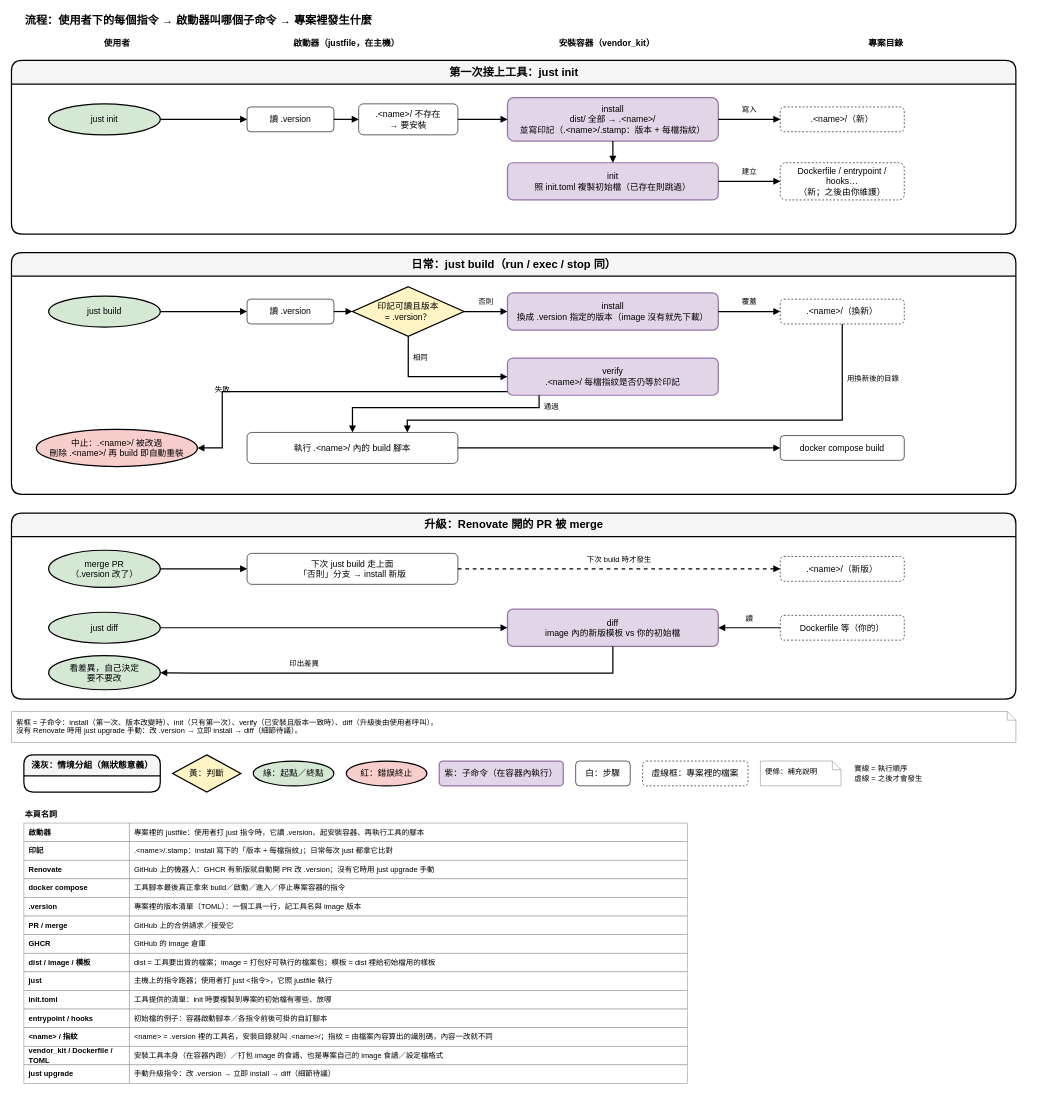
The draw.io diagram page "3. 流程：使用者指令" (3 of 7) of dist_distribution.drawio in ycpss91255-research/vendor_kit, before the edit. Source tidied: cells renumbered, new cells numbered last; positions are measured from the earlier drawing's top-left corner, leaving out a move shared by most shapes. Both pictures are drawn from the tidied source at 62%, with x=0, y=0 at pixel (11, 11).
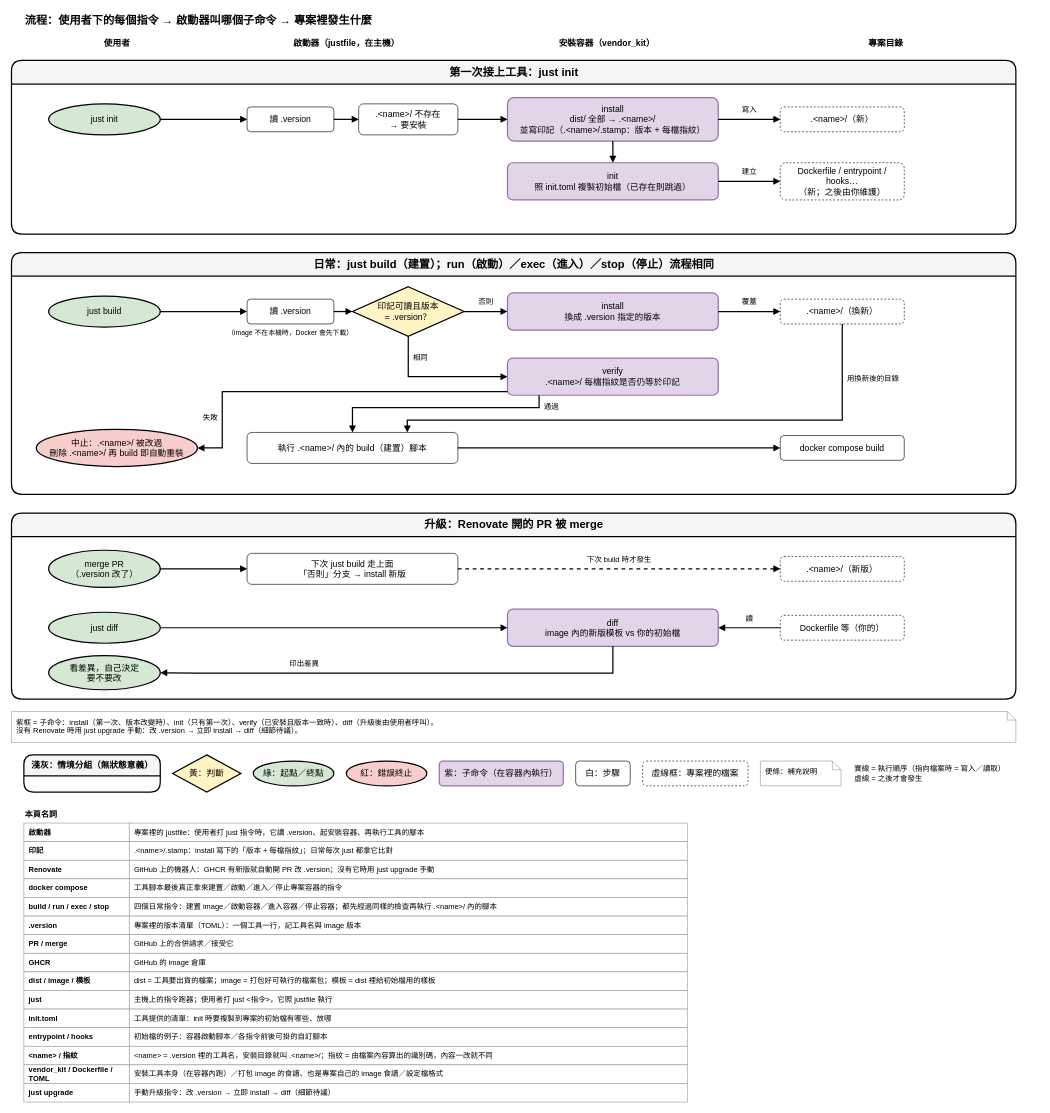
Above is the later version.

Unchanged cells that the change refers to:
```xml
<mxCell id="27" value="verify&lt;br&gt;.&amp;lt;name&amp;gt;/ 每檔指紋是否仍等於印記" style="rounded=1;whiteSpace=wrap;html=1;fillColor=#e1d5e7;strokeColor=#9673a6;fontSize=14;strokeWidth=2;" parent="21" vertex="1">
  <mxGeometry x="800" y="170" width="340" height="60" as="geometry" />
</mxCell>
<mxCell id="30" value="中止：.&amp;lt;name&amp;gt;/ 被改過&lt;br&gt;刪除 .&amp;lt;name&amp;gt;/ 再 build 即自動重裝" style="ellipse;whiteSpace=wrap;html=1;fillColor=#f8cecc;strokeColor=#000000;strokeWidth=2;fontSize=14;" parent="21" vertex="1">
  <mxGeometry x="40" y="285" width="260" height="60" as="geometry" />
</mxCell>
```

Change to the diagram source:
```diff
@@
-    <mxCell id="21" value="日常：just build（run / exec / stop 同）" style="swimlane;html=1;rounded=1;startSize=38;fontStyle=1;fontSize=18;fillColor=#f5f5f5;swimlaneFillColor=#ffffff;strokeColor=#000000;strokeWidth=2;" parent="1" vertex="1">
+    <mxCell id="21" value="日常：just build（建置）；run（啟動）／exec（進入）／stop（停止）流程相同" style="swimlane;html=1;rounded=1;startSize=38;fontStyle=1;fontSize=18;fillColor=#f5f5f5;swimlaneFillColor=#ffffff;strokeColor=#000000;strokeWidth=2;" parent="1" vertex="1">
       <mxGeometry y="390" width="1620" height="390" as="geometry" />
     </mxCell>
@@
-    <mxCell id="25" value="install&lt;br&gt;換成 .version 指定的版本（image 沒有就先下載）" style="rounded=1;whiteSpace=wrap;html=1;fillColor=#e1d5e7;strokeColor=#9673a6;fontSize=14;strokeWidth=2;" parent="21" vertex="1">
+    <mxCell id="25" value="install&lt;br&gt;換成 .version 指定的版本" style="rounded=1;whiteSpace=wrap;html=1;fillColor=#e1d5e7;strokeColor=#9673a6;fontSize=14;strokeWidth=2;" parent="21" vertex="1">
       <mxGeometry x="800" y="65" width="340" height="60" as="geometry" />
     </mxCell>
+    <mxCell id="92" value="（image 不在本機時，Docker 會先下載）" style="text;html=1;whiteSpace=wrap;align=center;verticalAlign=middle;fontSize=11;strokeColor=none;fillColor=none;" parent="21" vertex="1">
+      <mxGeometry x="340" y="118" width="220" height="24" as="geometry" />
+    </mxCell>
@@
-    <mxCell id="28" value="執行 .&amp;lt;name&amp;gt;/ 內的 build 腳本" style="rounded=1;whiteSpace=wrap;html=1;fillColor=#ffffff;strokeColor=light-dark(#000000,#9577A3);fontSize=14;strokeWidth=1;" parent="21" vertex="1">
+    <mxCell id="28" value="執行 .&amp;lt;name&amp;gt;/ 內的 build（建置）腳本" style="rounded=1;whiteSpace=wrap;html=1;fillColor=#ffffff;strokeColor=light-dark(#000000,#9577A3);fontSize=14;strokeWidth=1;" parent="21" vertex="1">
       <mxGeometry x="380" y="290" width="340" height="50" as="geometry" />
     </mxCell>
@@
-    <mxCell id="38" value="失敗" style="edgeStyle=orthogonalEdgeStyle;rounded=0;jettySize=auto;html=1;strokeColor=default;strokeWidth=2;align=center;verticalAlign=bottom;spacingBottom=6;fontFamily=Helvetica;fontSize=12;fontColor=default;labelBorderColor=none;labelBackgroundColor=none;endArrow=block;endFill=1;exitX=0;exitY=0.9;exitDx=0;exitDy=0;entryX=1;entryY=0.5;entryDx=0;entryDy=0;" parent="21" edge="1" source="27" target="30">
-      <mxGeometry x="0.6" relative="1" as="geometry">
+    <mxCell id="38" value="失敗" style="edgeStyle=orthogonalEdgeStyle;rounded=0;jettySize=auto;html=1;strokeColor=default;strokeWidth=2;align=center;verticalAlign=bottom;spacingBottom=6;fontFamily=Helvetica;fontSize=12;fontColor=default;labelBorderColor=none;labelBackgroundColor=none;endArrow=block;endFill=1;align=right;verticalAlign=middle;spacingRight=6;spacingBottom=0;exitX=0;exitY=0.9;exitDx=0;exitDy=0;entryX=1;entryY=0.5;entryDx=0;entryDy=0;" parent="21" edge="1" source="27" target="30">
+      <mxGeometry x="0.7" relative="1" as="geometry">
         <Array as="points">
           <mxPoint x="340" y="224" />
           <mxPoint x="340" y="315" />
         </Array>
       </mxGeometry>
     </mxCell>
@@
-    <mxCell id="62" value="實線 = 執行順序&lt;br&gt;虛線 = 之後才會發生" style="text;html=1;whiteSpace=wrap;align=center;verticalAlign=middle;fontSize=12;strokeColor=none;fillColor=none;align=left;" parent="1" vertex="1">
-      <mxGeometry x="1358" y="1200" width="200" height="60" as="geometry" />
+    <mxCell id="62" value="實線 = 執行順序（指向檔案時 = 寫入／讀取）&lt;br&gt;虛線 = 之後才會發生" style="text;html=1;whiteSpace=wrap;align=center;verticalAlign=middle;fontSize=12;strokeColor=none;fillColor=none;align=left;" parent="1" vertex="1">
+      <mxGeometry x="1358" y="1200" width="300" height="60" as="geometry" />
     </mxCell>
@@
-    <mxCell id="71" value="工具腳本最後真正拿來 build／啟動／進入／停止專案容器的指令" style="rounded=0;whiteSpace=wrap;html=1;fillColor=#ffffff;strokeColor=#999999;fontSize=12;align=left;spacingLeft=6;strokeWidth=1;" parent="1" vertex="1">
+    <mxCell id="71" value="工具腳本最後真正拿來建置／啟動／進入／停止專案容器的指令" style="rounded=0;whiteSpace=wrap;html=1;fillColor=#ffffff;strokeColor=#999999;fontSize=12;align=left;spacingLeft=6;strokeWidth=1;" parent="1" vertex="1">
       <mxGeometry x="190" y="1400" width="900" height="30" as="geometry" />
     </mxCell>
-    <mxCell id="72" value=".version" style="rounded=0;whiteSpace=wrap;html=1;fillColor=#ffffff;strokeColor=#999999;fontSize=12;fontStyle=1;align=left;spacingLeft=6;strokeWidth=1;" parent="1" vertex="1">
+    <mxCell id="72" value="build / run / exec / stop" style="rounded=0;whiteSpace=wrap;html=1;fillColor=#ffffff;strokeColor=#999999;fontSize=12;fontStyle=1;align=left;spacingLeft=6;strokeWidth=1;" parent="1" vertex="1">
       <mxGeometry x="20" y="1430" width="170" height="30" as="geometry" />
     </mxCell>
-    <mxCell id="73" value="專案裡的版本清單（TOML）：一個工具一行，記工具名與 image 版本" style="rounded=0;whiteSpace=wrap;html=1;fillColor=#ffffff;strokeColor=#999999;fontSize=12;align=left;spacingLeft=6;strokeWidth=1;" parent="1" vertex="1">
+    <mxCell id="73" value="四個日常指令：建置 image／啟動容器／進入容器／停止容器；都先經過同樣的檢查再執行 .&amp;lt;name&amp;gt;/ 內的腳本" style="rounded=0;whiteSpace=wrap;html=1;fillColor=#ffffff;strokeColor=#999999;fontSize=12;align=left;spacingLeft=6;strokeWidth=1;" parent="1" vertex="1">
       <mxGeometry x="190" y="1430" width="900" height="30" as="geometry" />
     </mxCell>
-    <mxCell id="74" value="PR / merge" style="rounded=0;whiteSpace=wrap;html=1;fillColor=#ffffff;strokeColor=#999999;fontSize=12;fontStyle=1;align=left;spacingLeft=6;strokeWidth=1;" parent="1" vertex="1">
+    <mxCell id="74" value=".version" style="rounded=0;whiteSpace=wrap;html=1;fillColor=#ffffff;strokeColor=#999999;fontSize=12;fontStyle=1;align=left;spacingLeft=6;strokeWidth=1;" parent="1" vertex="1">
       <mxGeometry x="20" y="1460" width="170" height="30" as="geometry" />
     </mxCell>
-    <mxCell id="75" value="GitHub 上的合併請求／接受它" style="rounded=0;whiteSpace=wrap;html=1;fillColor=#ffffff;strokeColor=#999999;fontSize=12;align=left;spacingLeft=6;strokeWidth=1;" parent="1" vertex="1">
+    <mxCell id="75" value="專案裡的版本清單（TOML）：一個工具一行，記工具名與 image 版本" style="rounded=0;whiteSpace=wrap;html=1;fillColor=#ffffff;strokeColor=#999999;fontSize=12;align=left;spacingLeft=6;strokeWidth=1;" parent="1" vertex="1">
       <mxGeometry x="190" y="1460" width="900" height="30" as="geometry" />
     </mxCell>
-    <mxCell id="76" value="GHCR" style="rounded=0;whiteSpace=wrap;html=1;fillColor=#ffffff;strokeColor=#999999;fontSize=12;fontStyle=1;align=left;spacingLeft=6;strokeWidth=1;" parent="1" vertex="1">
+    <mxCell id="76" value="PR / merge" style="rounded=0;whiteSpace=wrap;html=1;fillColor=#ffffff;strokeColor=#999999;fontSize=12;fontStyle=1;align=left;spacingLeft=6;strokeWidth=1;" parent="1" vertex="1">
       <mxGeometry x="20" y="1490" width="170" height="30" as="geometry" />
     </mxCell>
-    <mxCell id="77" value="GitHub 的 image 倉庫" style="rounded=0;whiteSpace=wrap;html=1;fillColor=#ffffff;strokeColor=#999999;fontSize=12;align=left;spacingLeft=6;strokeWidth=1;" parent="1" vertex="1">
+    <mxCell id="77" value="GitHub 上的合併請求／接受它" style="rounded=0;whiteSpace=wrap;html=1;fillColor=#ffffff;strokeColor=#999999;fontSize=12;align=left;spacingLeft=6;strokeWidth=1;" parent="1" vertex="1">
       <mxGeometry x="190" y="1490" width="900" height="30" as="geometry" />
     </mxCell>
-    <mxCell id="78" value="dist / image / 模板" style="rounded=0;whiteSpace=wrap;html=1;fillColor=#ffffff;strokeColor=#999999;fontSize=12;fontStyle=1;align=left;spacingLeft=6;strokeWidth=1;" parent="1" vertex="1">
+    <mxCell id="78" value="GHCR" style="rounded=0;whiteSpace=wrap;html=1;fillColor=#ffffff;strokeColor=#999999;fontSize=12;fontStyle=1;align=left;spacingLeft=6;strokeWidth=1;" parent="1" vertex="1">
       <mxGeometry x="20" y="1520" width="170" height="30" as="geometry" />
     </mxCell>
-    <mxCell id="79" value="dist = 工具要出貨的檔案；image = 打包好可執行的檔案包；模板 = dist 裡給初始檔用的樣板" style="rounded=0;whiteSpace=wrap;html=1;fillColor=#ffffff;strokeColor=#999999;fontSize=12;align=left;spacingLeft=6;strokeWidth=1;" parent="1" vertex="1">
+    <mxCell id="79" value="GitHub 的 image 倉庫" style="rounded=0;whiteSpace=wrap;html=1;fillColor=#ffffff;strokeColor=#999999;fontSize=12;align=left;spacingLeft=6;strokeWidth=1;" parent="1" vertex="1">
       <mxGeometry x="190" y="1520" width="900" height="30" as="geometry" />
     </mxCell>
-    <mxCell id="80" value="just" style="rounded=0;whiteSpace=wrap;html=1;fillColor=#ffffff;strokeColor=#999999;fontSize=12;fontStyle=1;align=left;spacingLeft=6;strokeWidth=1;" parent="1" vertex="1">
+    <mxCell id="80" value="dist / image / 模板" style="rounded=0;whiteSpace=wrap;html=1;fillColor=#ffffff;strokeColor=#999999;fontSize=12;fontStyle=1;align=left;spacingLeft=6;strokeWidth=1;" parent="1" vertex="1">
       <mxGeometry x="20" y="1550" width="170" height="30" as="geometry" />
     </mxCell>
-    <mxCell id="81" value="主機上的指令跑器；使用者打 just &amp;lt;指令&amp;gt;，它照 justfile 執行" style="rounded=0;whiteSpace=wrap;html=1;fillColor=#ffffff;strokeColor=#999999;fontSize=12;align=left;spacingLeft=6;strokeWidth=1;" parent="1" vertex="1">
+    <mxCell id="81" value="dist = 工具要出貨的檔案；image = 打包好可執行的檔案包；模板 = dist 裡給初始檔用的樣板" style="rounded=0;whiteSpace=wrap;html=1;fillColor=#ffffff;strokeColor=#999999;fontSize=12;align=left;spacingLeft=6;strokeWidth=1;" parent="1" vertex="1">
       <mxGeometry x="190" y="1550" width="900" height="30" as="geometry" />
     </mxCell>
-    <mxCell id="82" value="init.toml" style="rounded=0;whiteSpace=wrap;html=1;fillColor=#ffffff;strokeColor=#999999;fontSize=12;fontStyle=1;align=left;spacingLeft=6;strokeWidth=1;" parent="1" vertex="1">
+    <mxCell id="82" value="just" style="rounded=0;whiteSpace=wrap;html=1;fillColor=#ffffff;strokeColor=#999999;fontSize=12;fontStyle=1;align=left;spacingLeft=6;strokeWidth=1;" parent="1" vertex="1">
       <mxGeometry x="20" y="1580" width="170" height="30" as="geometry" />
     </mxCell>
-    <mxCell id="83" value="工具提供的清單：init 時要複製到專案的初始檔有哪些、放哪" style="rounded=0;whiteSpace=wrap;html=1;fillColor=#ffffff;strokeColor=#999999;fontSize=12;align=left;spacingLeft=6;strokeWidth=1;" parent="1" vertex="1">
+    <mxCell id="83" value="主機上的指令跑器；使用者打 just &amp;lt;指令&amp;gt;，它照 justfile 執行" style="rounded=0;whiteSpace=wrap;html=1;fillColor=#ffffff;strokeColor=#999999;fontSize=12;align=left;spacingLeft=6;strokeWidth=1;" parent="1" vertex="1">
       <mxGeometry x="190" y="1580" width="900" height="30" as="geometry" />
     </mxCell>
-    <mxCell id="84" value="entrypoint / hooks" style="rounded=0;whiteSpace=wrap;html=1;fillColor=#ffffff;strokeColor=#999999;fontSize=12;fontStyle=1;align=left;spacingLeft=6;strokeWidth=1;" parent="1" vertex="1">
+    <mxCell id="84" value="init.toml" style="rounded=0;whiteSpace=wrap;html=1;fillColor=#ffffff;strokeColor=#999999;fontSize=12;fontStyle=1;align=left;spacingLeft=6;strokeWidth=1;" parent="1" vertex="1">
       <mxGeometry x="20" y="1610" width="170" height="30" as="geometry" />
     </mxCell>
-    <mxCell id="85" value="初始檔的例子：容器啟動腳本／各指令前後可掛的自訂腳本" style="rounded=0;whiteSpace=wrap;html=1;fillColor=#ffffff;strokeColor=#999999;fontSize=12;align=left;spacingLeft=6;strokeWidth=1;" parent="1" vertex="1">
+    <mxCell id="85" value="工具提供的清單：init 時要複製到專案的初始檔有哪些、放哪" style="rounded=0;whiteSpace=wrap;html=1;fillColor=#ffffff;strokeColor=#999999;fontSize=12;align=left;spacingLeft=6;strokeWidth=1;" parent="1" vertex="1">
       <mxGeometry x="190" y="1610" width="900" height="30" as="geometry" />
     </mxCell>
-    <mxCell id="86" value="&amp;lt;name&amp;gt; / 指紋" style="rounded=0;whiteSpace=wrap;html=1;fillColor=#ffffff;strokeColor=#999999;fontSize=12;fontStyle=1;align=left;spacingLeft=6;strokeWidth=1;" parent="1" vertex="1">
+    <mxCell id="86" value="entrypoint / hooks" style="rounded=0;whiteSpace=wrap;html=1;fillColor=#ffffff;strokeColor=#999999;fontSize=12;fontStyle=1;align=left;spacingLeft=6;strokeWidth=1;" parent="1" vertex="1">
       <mxGeometry x="20" y="1640" width="170" height="30" as="geometry" />
     </mxCell>
-    <mxCell id="87" value="&amp;lt;name&amp;gt; = .version 裡的工具名，安裝目錄就叫 .&amp;lt;name&amp;gt;/；指紋 = 由檔案內容算出的識別碼，內容一改就不同" style="rounded=0;whiteSpace=wrap;html=1;fillColor=#ffffff;strokeColor=#999999;fontSize=12;align=left;spacingLeft=6;strokeWidth=1;" parent="1" vertex="1">
+    <mxCell id="87" value="初始檔的例子：容器啟動腳本／各指令前後可掛的自訂腳本" style="rounded=0;whiteSpace=wrap;html=1;fillColor=#ffffff;strokeColor=#999999;fontSize=12;align=left;spacingLeft=6;strokeWidth=1;" parent="1" vertex="1">
       <mxGeometry x="190" y="1640" width="900" height="30" as="geometry" />
     </mxCell>
-    <mxCell id="88" value="vendor_kit / Dockerfile / TOML" style="rounded=0;whiteSpace=wrap;html=1;fillColor=#ffffff;strokeColor=#999999;fontSize=12;fontStyle=1;align=left;spacingLeft=6;strokeWidth=1;" parent="1" vertex="1">
+    <mxCell id="88" value="&amp;lt;name&amp;gt; / 指紋" style="rounded=0;whiteSpace=wrap;html=1;fillColor=#ffffff;strokeColor=#999999;fontSize=12;fontStyle=1;align=left;spacingLeft=6;strokeWidth=1;" parent="1" vertex="1">
       <mxGeometry x="20" y="1670" width="170" height="30" as="geometry" />
     </mxCell>
-    <mxCell id="89" value="安裝工具本身（在容器內跑）／打包 image 的食譜、也是專案自己的 image 食譜／設定檔格式" style="rounded=0;whiteSpace=wrap;html=1;fillColor=#ffffff;strokeColor=#999999;fontSize=12;align=left;spacingLeft=6;strokeWidth=1;" parent="1" vertex="1">
+    <mxCell id="89" value="&amp;lt;name&amp;gt; = .version 裡的工具名，安裝目錄就叫 .&amp;lt;name&amp;gt;/；指紋 = 由檔案內容算出的識別碼，內容一改就不同" style="rounded=0;whiteSpace=wrap;html=1;fillColor=#ffffff;strokeColor=#999999;fontSize=12;align=left;spacingLeft=6;strokeWidth=1;" parent="1" vertex="1">
       <mxGeometry x="190" y="1670" width="900" height="30" as="geometry" />
     </mxCell>
-    <mxCell id="90" value="just upgrade" style="rounded=0;whiteSpace=wrap;html=1;fillColor=#ffffff;strokeColor=#999999;fontSize=12;fontStyle=1;align=left;spacingLeft=6;strokeWidth=1;" parent="1" vertex="1">
+    <mxCell id="90" value="vendor_kit / Dockerfile / TOML" style="rounded=0;whiteSpace=wrap;html=1;fillColor=#ffffff;strokeColor=#999999;fontSize=12;fontStyle=1;align=left;spacingLeft=6;strokeWidth=1;" parent="1" vertex="1">
       <mxGeometry x="20" y="1700" width="170" height="30" as="geometry" />
     </mxCell>
-    <mxCell id="91" value="手動升級指令：改 .version → 立即 install → diff（細節待議）" style="rounded=0;whiteSpace=wrap;html=1;fillColor=#ffffff;strokeColor=#999999;fontSize=12;align=left;spacingLeft=6;strokeWidth=1;" parent="1" vertex="1">
+    <mxCell id="91" value="安裝工具本身（在容器內跑）／打包 image 的食譜、也是專案自己的 image 食譜／設定檔格式" style="rounded=0;whiteSpace=wrap;html=1;fillColor=#ffffff;strokeColor=#999999;fontSize=12;align=left;spacingLeft=6;strokeWidth=1;" parent="1" vertex="1">
       <mxGeometry x="190" y="1700" width="900" height="30" as="geometry" />
     </mxCell>
+    <mxCell id="93" value="just upgrade" style="rounded=0;whiteSpace=wrap;html=1;fillColor=#ffffff;strokeColor=#999999;fontSize=12;fontStyle=1;align=left;spacingLeft=6;strokeWidth=1;" parent="1" vertex="1">
+      <mxGeometry x="20" y="1730" width="170" height="30" as="geometry" />
+    </mxCell>
+    <mxCell id="94" value="手動升級指令：改 .version → 立即 install → diff（細節待議）" style="rounded=0;whiteSpace=wrap;html=1;fillColor=#ffffff;strokeColor=#999999;fontSize=12;align=left;spacingLeft=6;strokeWidth=1;" parent="1" vertex="1">
+      <mxGeometry x="190" y="1730" width="900" height="30" as="geometry" />
+    </mxCell>
```
